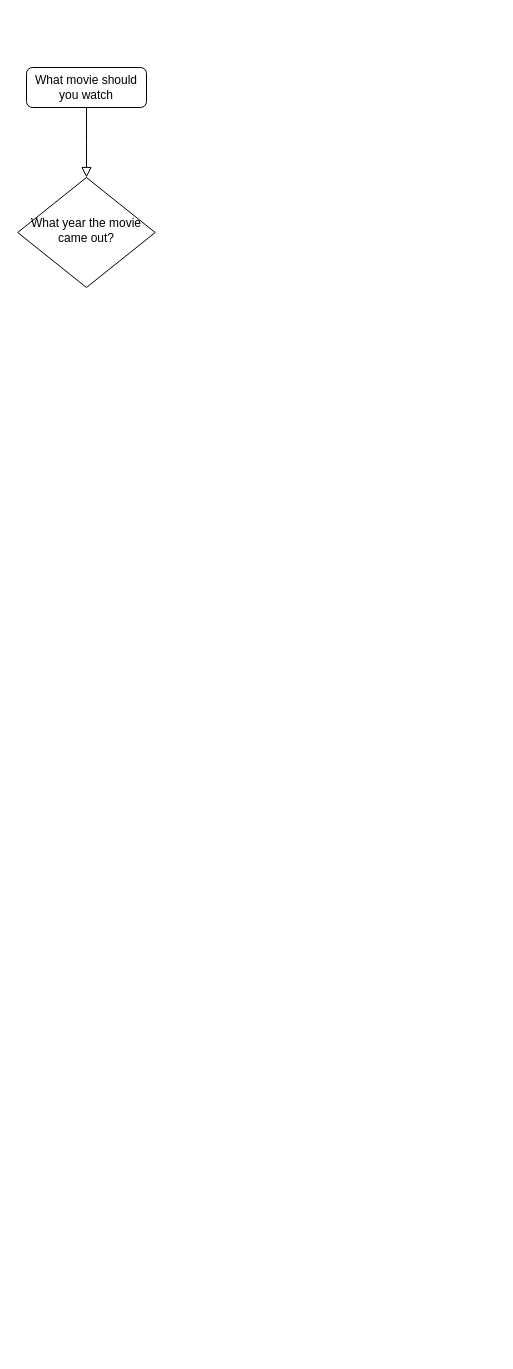
This is System Analysis/Workshops/Workshop 3/Movie Expert System Flowchart.drawio from YoshiK13/UD_Classes, a draw.io file, before an edit. Source tidied: cells renumbered, new cells numbered last; positions are measured from the earlier drawing's top-left corner, leaving out a move shared by most shapes. Both pictures are drawn from the tidied source at 100%, with x=0, y=0 at pixel (17, 67).
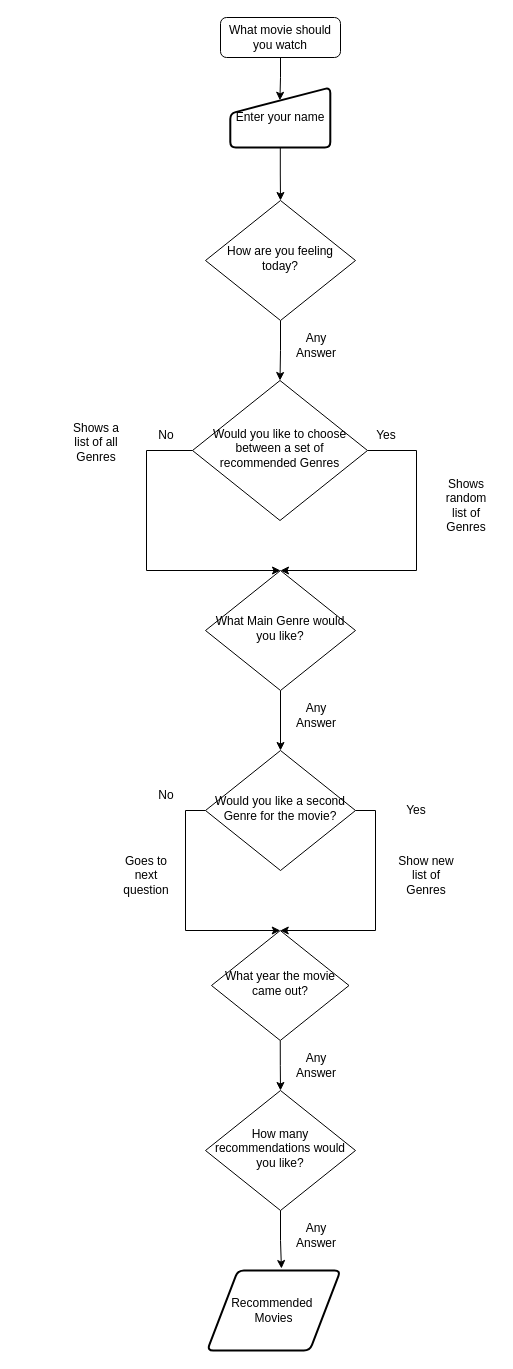
The same page after the edit.

Change to the diagram source:
```diff
@@
-    <mxCell id="2" style="rounded=0;html=1;jettySize=auto;fontSize=11;endArrow=block;endFill=0;endSize=8;strokeWidth=1;shadow=0;labelBackgroundColor=none;edgeStyle=orthogonalEdgeStyle;" parent="1" edge="1" source="3" target="4">
-      <mxGeometry relative="1" as="geometry" />
-    </mxCell>
     <mxCell id="3" value="What movie should you watch" style="rounded=1;whiteSpace=wrap;html=1;fontSize=12;glass=0;strokeWidth=1;shadow=0;" parent="1" vertex="1">
-      <mxGeometry x="9" width="120" height="40" as="geometry" />
+      <mxGeometry x="203" y="-50" width="120" height="40" as="geometry" />
     </mxCell>
+    <mxCell id="5" style="edgeStyle=orthogonalEdgeStyle;rounded=0;jettySize=auto;html=1;exitX=0.5;exitY=1;exitDx=0;exitDy=0;entryX=0.5;entryY=0;entryDx=0;entryDy=0;" parent="1" edge="1" source="4" target="11">
+      <mxGeometry relative="1" as="geometry" />
+    </mxCell>
     <mxCell id="4" value="What year the movie came out?" style="rhombus;whiteSpace=wrap;html=1;shadow=0;fontFamily=Helvetica;fontSize=12;align=center;strokeWidth=1;spacing=6;spacingTop=-4;" parent="1" vertex="1">
-      <mxGeometry x="0.2" y="110" width="137.5" height="110" as="geometry" />
+      <mxGeometry x="194" y="863" width="137.5" height="110" as="geometry" />
     </mxCell>
+    <mxCell id="6" style="edgeStyle=orthogonalEdgeStyle;rounded=0;jettySize=auto;html=1;exitX=0.5;exitY=1;exitDx=0;exitDy=0;" parent="1" edge="1" source="7" target="10">
+      <mxGeometry relative="1" as="geometry" />
+    </mxCell>
+    <mxCell id="7" value="What Main Genre would you like?" style="rhombus;whiteSpace=wrap;html=1;shadow=0;fontFamily=Helvetica;fontSize=12;align=center;strokeWidth=1;spacing=6;spacingTop=-4;" parent="1" vertex="1">
+      <mxGeometry x="188" y="503" width="150" height="120" as="geometry" />
+    </mxCell>
+    <mxCell id="8" style="edgeStyle=orthogonalEdgeStyle;rounded=0;jettySize=auto;html=1;exitX=1;exitY=0.5;exitDx=0;exitDy=0;entryX=0.5;entryY=0;entryDx=0;entryDy=0;" parent="1" edge="1" source="10" target="4">
+      <mxGeometry relative="1" as="geometry">
+        <Array as="points">
+          <mxPoint x="358" y="743" />
+          <mxPoint x="358" y="863" />
+        </Array>
+      </mxGeometry>
+    </mxCell>
+    <mxCell id="9" style="edgeStyle=orthogonalEdgeStyle;rounded=0;jettySize=auto;html=1;exitX=0;exitY=0.5;exitDx=0;exitDy=0;entryX=0.5;entryY=0;entryDx=0;entryDy=0;" parent="1" edge="1" source="10" target="4">
+      <mxGeometry relative="1" as="geometry">
+        <Array as="points">
+          <mxPoint x="168" y="743" />
+          <mxPoint x="168" y="863" />
+        </Array>
+      </mxGeometry>
+    </mxCell>
+    <mxCell id="10" value="Would you like a second Genre for the movie?" style="rhombus;whiteSpace=wrap;html=1;shadow=0;fontFamily=Helvetica;fontSize=12;align=center;strokeWidth=1;spacing=6;spacingTop=-4;" parent="1" vertex="1">
+      <mxGeometry x="188" y="683" width="150" height="120" as="geometry" />
+    </mxCell>
+    <mxCell id="11" value="How many recommendations would you like?" style="rhombus;whiteSpace=wrap;html=1;shadow=0;fontFamily=Helvetica;fontSize=12;align=center;strokeWidth=1;spacing=6;spacingTop=-4;" parent="1" vertex="1">
+      <mxGeometry x="188" y="1023" width="150" height="120" as="geometry" />
+    </mxCell>
+    <mxCell id="12" style="edgeStyle=orthogonalEdgeStyle;rounded=0;jettySize=auto;html=1;" parent="1" edge="1" source="13" target="16">
+      <mxGeometry relative="1" as="geometry" />
+    </mxCell>
+    <mxCell id="13" value="How are you feeling today?" style="rhombus;whiteSpace=wrap;html=1;shadow=0;fontFamily=Helvetica;fontSize=12;align=center;strokeWidth=1;spacing=6;spacingTop=-4;" parent="1" vertex="1">
+      <mxGeometry x="188" y="133" width="150" height="120" as="geometry" />
+    </mxCell>
+    <mxCell id="14" style="edgeStyle=orthogonalEdgeStyle;rounded=0;jettySize=auto;html=1;exitX=0;exitY=0.5;exitDx=0;exitDy=0;entryX=0.5;entryY=0;entryDx=0;entryDy=0;" parent="1" edge="1" source="16" target="7">
+      <mxGeometry relative="1" as="geometry">
+        <Array as="points">
+          <mxPoint x="129" y="383" />
+          <mxPoint x="129" y="503" />
+        </Array>
+      </mxGeometry>
+    </mxCell>
+    <mxCell id="15" style="edgeStyle=orthogonalEdgeStyle;rounded=0;jettySize=auto;html=1;exitX=1;exitY=0.5;exitDx=0;exitDy=0;entryX=0.5;entryY=0;entryDx=0;entryDy=0;" parent="1" edge="1" source="16" target="7">
+      <mxGeometry relative="1" as="geometry">
+        <Array as="points">
+          <mxPoint x="399" y="383" />
+          <mxPoint x="399" y="503" />
+        </Array>
+      </mxGeometry>
+    </mxCell>
+    <mxCell id="16" value="Would you like to choose between a set of recommended Genres" style="rhombus;whiteSpace=wrap;html=1;shadow=0;fontFamily=Helvetica;fontSize=12;align=center;strokeWidth=1;spacing=6;spacingTop=-4;" parent="1" vertex="1">
+      <mxGeometry x="175" y="313" width="175" height="140" as="geometry" />
+    </mxCell>
+    <mxCell id="17" value="Recommended&amp;nbsp;&lt;div&gt;Movies&lt;/div&gt;" style="shape=parallelogram;html=1;strokeWidth=2;perimeter=parallelogramPerimeter;whiteSpace=wrap;rounded=1;arcSize=12;size=0.23;" parent="1" vertex="1">
+      <mxGeometry x="189.7" y="1203" width="133.3" height="80" as="geometry" />
+    </mxCell>
+    <mxCell id="18" value="Any Answer" style="text;html=1;align=center;verticalAlign=middle;whiteSpace=wrap;rounded=0;" parent="1" vertex="1">
+      <mxGeometry x="269.3" y="263" width="60" height="30" as="geometry" />
+    </mxCell>
+    <mxCell id="19" value="Yes" style="text;html=1;align=center;verticalAlign=middle;whiteSpace=wrap;rounded=0;" parent="1" vertex="1">
+      <mxGeometry x="339" y="353" width="60" height="30" as="geometry" />
+    </mxCell>
+    <mxCell id="20" value="No" style="text;html=1;align=center;verticalAlign=middle;whiteSpace=wrap;rounded=0;" parent="1" vertex="1">
+      <mxGeometry x="119" y="353" width="60" height="30" as="geometry" />
+    </mxCell>
+    <mxCell id="21" value="Shows a list of all Genres" style="text;html=1;align=center;verticalAlign=middle;whiteSpace=wrap;rounded=0;" parent="1" vertex="1">
+      <mxGeometry x="49" y="360" width="60" height="30" as="geometry" />
+    </mxCell>
+    <mxCell id="22" value="Shows random list of Genres" style="text;html=1;align=center;verticalAlign=middle;whiteSpace=wrap;rounded=0;" parent="1" vertex="1">
+      <mxGeometry x="419" y="423" width="60" height="30" as="geometry" />
+    </mxCell>
+    <mxCell id="23" value="Any Answer" style="text;html=1;align=center;verticalAlign=middle;whiteSpace=wrap;rounded=0;" parent="1" vertex="1">
+      <mxGeometry x="269" y="633" width="60" height="30" as="geometry" />
+    </mxCell>
+    <mxCell id="24" value="Yes" style="text;html=1;align=center;verticalAlign=middle;whiteSpace=wrap;rounded=0;" parent="1" vertex="1">
+      <mxGeometry x="369" y="728" width="60" height="30" as="geometry" />
+    </mxCell>
+    <mxCell id="25" value="Show new list of Genres" style="text;html=1;align=center;verticalAlign=middle;whiteSpace=wrap;rounded=0;" parent="1" vertex="1">
+      <mxGeometry x="379" y="793" width="60" height="30" as="geometry" />
+    </mxCell>
+    <mxCell id="26" value="No" style="text;html=1;align=center;verticalAlign=middle;whiteSpace=wrap;rounded=0;" parent="1" vertex="1">
+      <mxGeometry x="119" y="713" width="60" height="30" as="geometry" />
+    </mxCell>
+    <mxCell id="27" value="Goes to next question" style="text;html=1;align=center;verticalAlign=middle;whiteSpace=wrap;rounded=0;" parent="1" vertex="1">
+      <mxGeometry x="99" y="793" width="60" height="30" as="geometry" />
+    </mxCell>
+    <mxCell id="28" value="Any Answer" style="text;html=1;align=center;verticalAlign=middle;whiteSpace=wrap;rounded=0;" parent="1" vertex="1">
+      <mxGeometry x="269" y="983" width="60" height="30" as="geometry" />
+    </mxCell>
+    <mxCell id="29" style="edgeStyle=orthogonalEdgeStyle;rounded=0;jettySize=auto;html=1;exitX=0.5;exitY=1;exitDx=0;exitDy=0;entryX=0.557;entryY=-0.025;entryDx=0;entryDy=0;entryPerimeter=0;" parent="1" edge="1" source="11" target="17">
+      <mxGeometry relative="1" as="geometry" />
+    </mxCell>
+    <mxCell id="30" value="Any Answer" style="text;html=1;align=center;verticalAlign=middle;whiteSpace=wrap;rounded=0;" parent="1" vertex="1">
+      <mxGeometry x="269" y="1153" width="60" height="30" as="geometry" />
+    </mxCell>
+    <mxCell id="31" style="edgeStyle=orthogonalEdgeStyle;rounded=0;jettySize=auto;html=1;exitX=0.5;exitY=1;exitDx=0;exitDy=0;entryX=0.5;entryY=0;entryDx=0;entryDy=0;" parent="1" edge="1" source="32" target="13">
+      <mxGeometry relative="1" as="geometry" />
+    </mxCell>
+    <mxCell id="32" value="Enter your name" style="html=1;strokeWidth=2;shape=manualInput;whiteSpace=wrap;rounded=1;size=26;arcSize=11;" parent="1" vertex="1">
+      <mxGeometry x="212.8" y="20" width="100" height="60" as="geometry" />
+    </mxCell>
+    <mxCell id="33" style="edgeStyle=orthogonalEdgeStyle;rounded=0;jettySize=auto;html=1;exitX=0.5;exitY=1;exitDx=0;exitDy=0;entryX=0.496;entryY=0.213;entryDx=0;entryDy=0;entryPerimeter=0;" parent="1" edge="1" source="3" target="32">
+      <mxGeometry relative="1" as="geometry" />
+    </mxCell>
```
